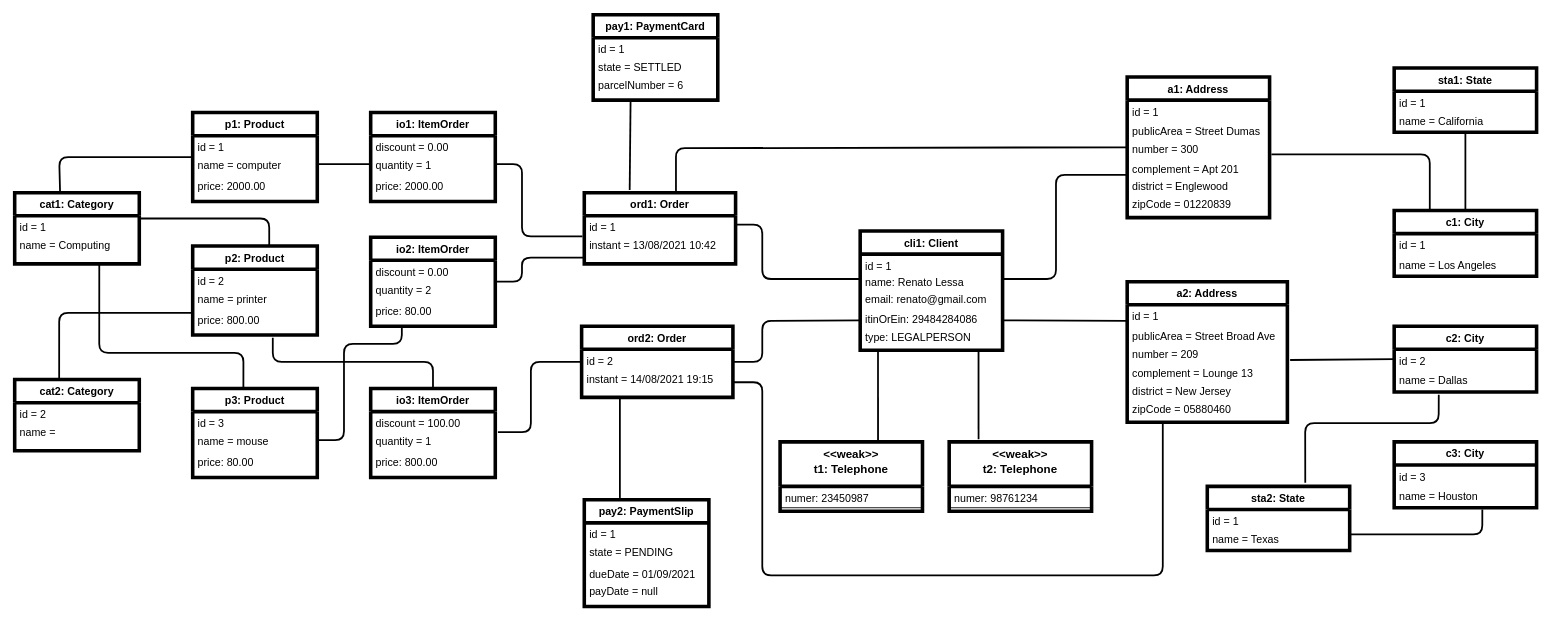
Earlier version of the draw.io diagram model-instance-score/model-instance.drawio (Relesi/class-diagram). Source tidied: cells renumbered, new cells numbered last; positions are measured from the earlier drawing's top-left corner, leaving out a move shared by most shapes. Both pictures are drawn from the tidied source at 89%, with x=0, y=0 at pixel (14, 14).
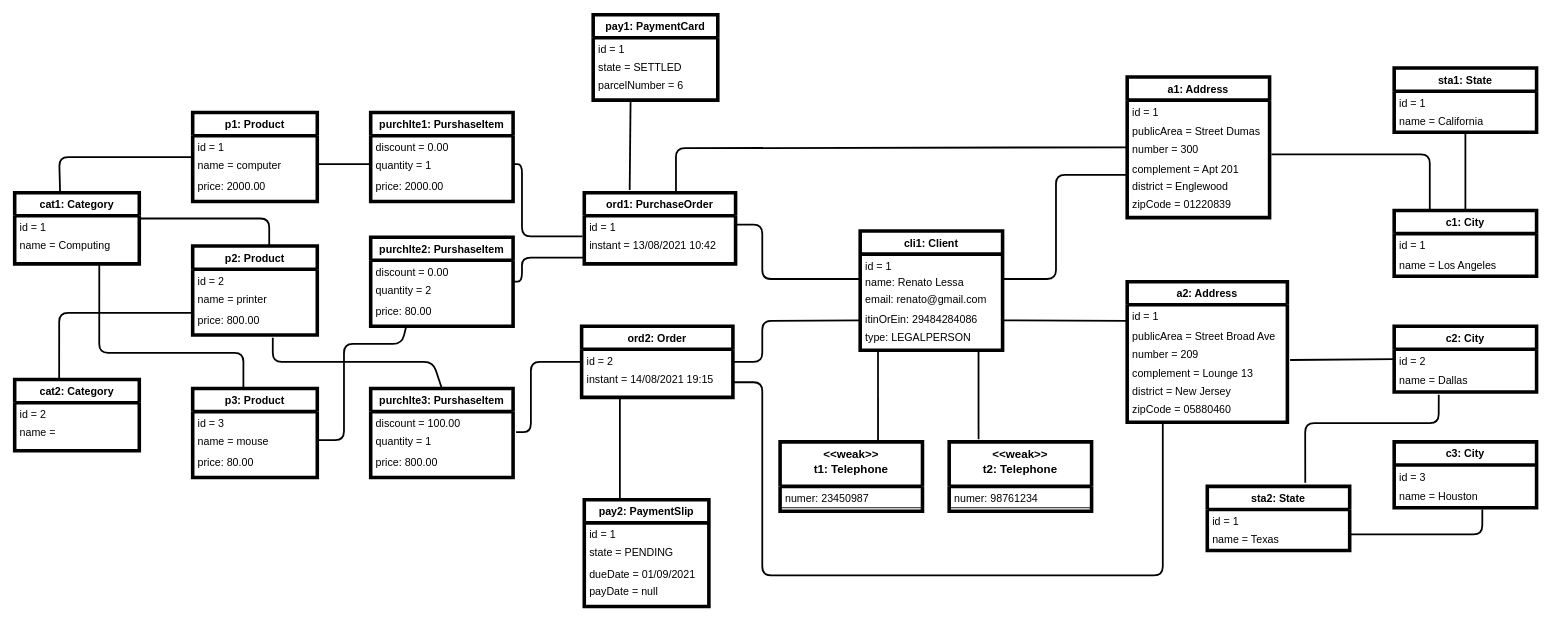
The same diagram, later.

Change to the diagram source:
```diff
@@
-    <mxCell id="20" value="io1: ItemOrder" style="swimlane;fontStyle=1;horizontal=1;startSize=26;strokeWidth=4;rounded=0;shadow=0;sketch=0;glass=0;swimlaneLine=1;swimlaneFillColor=#ffffff;" parent="1" vertex="1">
-      <mxGeometry x="400" y="110" width="140" height="100" as="geometry" />
+    <mxCell id="20" value="purchIte1: PurshaseItem" style="swimlane;fontStyle=1;horizontal=1;startSize=26;strokeWidth=4;rounded=0;shadow=0;sketch=0;glass=0;swimlaneLine=1;swimlaneFillColor=#ffffff;" parent="1" vertex="1">
+      <mxGeometry x="400" y="110" width="160" height="100" as="geometry" />
     </mxCell>
     <mxCell id="21" value="discount = 0.00" style="text;align=left;verticalAlign=top;spacingLeft=4;spacingRight=4;overflow=hidden;rounded=0;shadow=0;sketch=0;" parent="20" vertex="1">
-      <mxGeometry y="26" width="140" height="20" as="geometry" />
+      <mxGeometry y="26" width="160" height="20" as="geometry" />
     </mxCell>
     <mxCell id="22" value="quantity = 1" style="text;align=left;verticalAlign=top;spacingLeft=4;spacingRight=4;overflow=hidden;points=[[0,0.5],[1,0.5]];portConstraint=eastwest;rounded=0;shadow=0;sketch=0;" parent="20" vertex="1">
-      <mxGeometry y="46" width="140" height="24" as="geometry" />
+      <mxGeometry y="46" width="160" height="24" as="geometry" />
     </mxCell>
     <mxCell id="23" value="price: 2000.00" style="text;align=left;verticalAlign=top;spacingLeft=4;spacingRight=4;overflow=hidden;rounded=0;shadow=0;sketch=0;" parent="20" vertex="1">
-      <mxGeometry y="70" width="140" height="30" as="geometry" />
+      <mxGeometry y="70" width="160" height="30" as="geometry" />
     </mxCell>
-    <mxCell id="24" value="io3: ItemOrder" style="swimlane;fontStyle=1;horizontal=1;startSize=26;strokeWidth=4;rounded=0;shadow=0;sketch=0;glass=0;swimlaneLine=1;swimlaneFillColor=#ffffff;" parent="1" vertex="1">
-      <mxGeometry x="400" y="420" width="140" height="100" as="geometry" />
+    <mxCell id="24" value="purchIte3: PurshaseItem" style="swimlane;fontStyle=1;horizontal=1;startSize=26;strokeWidth=4;rounded=0;shadow=0;sketch=0;glass=0;swimlaneLine=1;swimlaneFillColor=#ffffff;" parent="1" vertex="1">
+      <mxGeometry x="400" y="420" width="160" height="100" as="geometry" />
     </mxCell>
     <mxCell id="25" value="discount = 100.00" style="text;align=left;verticalAlign=top;spacingLeft=4;spacingRight=4;overflow=hidden;rounded=0;shadow=0;sketch=0;" parent="24" vertex="1">
-      <mxGeometry y="26" width="140" height="20" as="geometry" />
+      <mxGeometry y="26" width="160" height="20" as="geometry" />
     </mxCell>
     <mxCell id="26" value="quantity = 1" style="text;align=left;verticalAlign=top;spacingLeft=4;spacingRight=4;overflow=hidden;points=[[0,0.5],[1,0.5]];portConstraint=eastwest;rounded=0;shadow=0;sketch=0;" parent="24" vertex="1">
-      <mxGeometry y="46" width="140" height="24" as="geometry" />
+      <mxGeometry y="46" width="160" height="24" as="geometry" />
     </mxCell>
     <mxCell id="27" value="price: 800.00" style="text;align=left;verticalAlign=top;spacingLeft=4;spacingRight=4;overflow=hidden;rounded=0;shadow=0;sketch=0;" parent="24" vertex="1">
-      <mxGeometry y="70" width="140" height="30" as="geometry" />
+      <mxGeometry y="70" width="160" height="30" as="geometry" />
     </mxCell>
-    <mxCell id="28" value="io2: ItemOrder" style="swimlane;fontStyle=1;horizontal=1;startSize=26;strokeWidth=4;rounded=0;shadow=0;sketch=0;glass=0;swimlaneLine=1;swimlaneFillColor=#ffffff;" parent="1" vertex="1">
-      <mxGeometry x="400" y="250" width="140" height="100" as="geometry" />
+    <mxCell id="28" value="purchIte2: PurshaseItem" style="swimlane;fontStyle=1;horizontal=1;startSize=26;strokeWidth=4;rounded=0;shadow=0;sketch=0;glass=0;swimlaneLine=1;swimlaneFillColor=#ffffff;" parent="1" vertex="1">
+      <mxGeometry x="400" y="250" width="160" height="100" as="geometry" />
     </mxCell>
     <mxCell id="29" value="discount = 0.00" style="text;align=left;verticalAlign=top;spacingLeft=4;spacingRight=4;overflow=hidden;rounded=0;shadow=0;sketch=0;" parent="28" vertex="1">
-      <mxGeometry y="26" width="140" height="20" as="geometry" />
+      <mxGeometry y="26" width="160" height="20" as="geometry" />
     </mxCell>
     <mxCell id="30" value="quantity = 2" style="text;align=left;verticalAlign=top;spacingLeft=4;spacingRight=4;overflow=hidden;rounded=0;shadow=0;sketch=0;" parent="28" vertex="1">
-      <mxGeometry y="46" width="140" height="24" as="geometry" />
+      <mxGeometry y="46" width="160" height="24" as="geometry" />
     </mxCell>
     <mxCell id="31" value="price: 80.00" style="text;align=left;verticalAlign=top;spacingLeft=4;spacingRight=4;overflow=hidden;rounded=0;shadow=0;sketch=0;" parent="28" vertex="1">
-      <mxGeometry y="70" width="140" height="30" as="geometry" />
+      <mxGeometry y="70" width="160" height="30" as="geometry" />
     </mxCell>
@@
-    <mxCell id="40" value="ord1: Order" style="swimlane;fontStyle=1;horizontal=1;startSize=26;strokeWidth=4;rounded=0;shadow=0;sketch=0;glass=0;swimlaneLine=1;swimlaneFillColor=#ffffff;" parent="1" vertex="1">
+    <mxCell id="40" value="ord1: PurchaseOrder" style="swimlane;fontStyle=1;horizontal=1;startSize=26;strokeWidth=4;rounded=0;shadow=0;sketch=0;glass=0;swimlaneLine=1;swimlaneFillColor=#ffffff;" parent="1" vertex="1">
       <mxGeometry x="640" y="200" width="170" height="80" as="geometry" />
     </mxCell>
```
